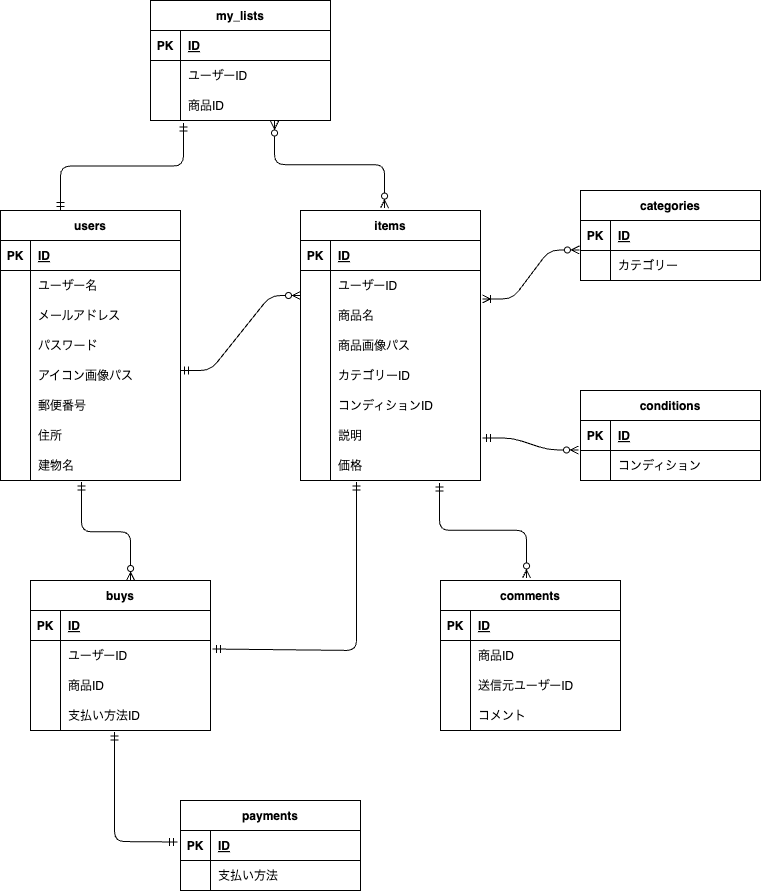
Above: docker/index.drawio.png in horiaya/pro-simulation (draw.io), before the change. Source tidied: cells renumbered, new cells last; positions are measured from the earlier drawing's top-left corner, leaving out a move shared by most shapes.
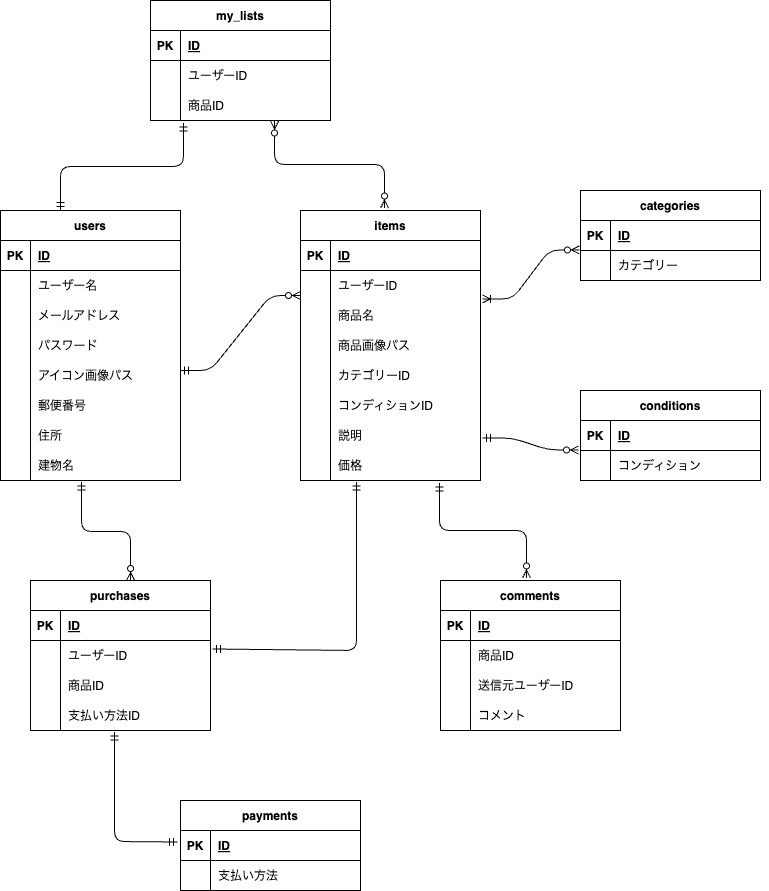
The same file after the commit.

What changed in the source:
```diff
@@ -287,7 +287,7 @@
     <mxCell id="96" value="支払い方法" style="shape=partialRectangle;fillColor=none;top=0;left=0;bottom=0;right=0;align=left;spacingLeft=6;overflow=hidden;" parent="94" vertex="1">
       <mxGeometry x="30" width="150" height="30" as="geometry" />
     </mxCell>
-    <mxCell id="97" value="buys" style="shape=table;startSize=30;rowLines=0;fontStyle=1;align=center;" parent="1" vertex="1">
+    <mxCell id="97" value="purchases" style="shape=table;startSize=30;rowLines=0;fontStyle=1;align=center;" parent="1" vertex="1">
       <mxGeometry x="30" y="580" width="180" height="150" as="geometry" />
     </mxCell>
     <mxCell id="98" style="shape=tableRow;horizontal=0;startSize=0;swimlaneHead=0;swimlaneBody=0;fillColor=none;top=0;left=0;right=0;bottom=1;" parent="97" vertex="1">
```
